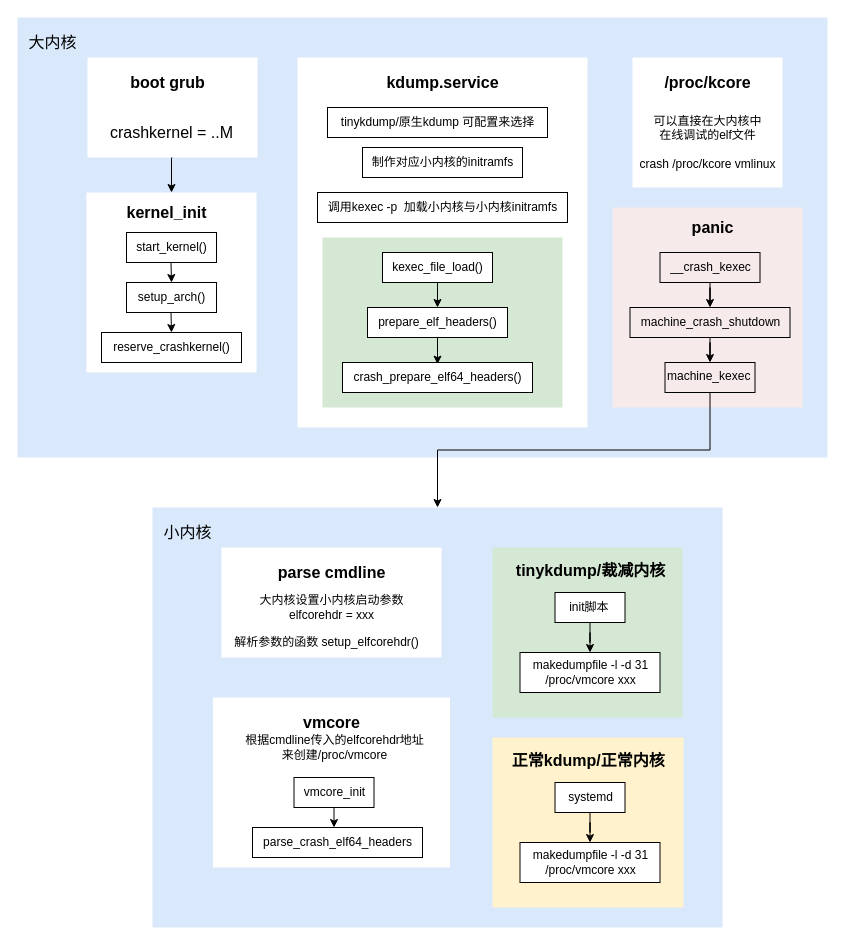
The draw.io diagram kdump.drawio in Sicily9/pictures, before the edit. Source tidied: cells renumbered, new cells numbered last; positions are measured from the earlier drawing's top-left corner, leaving out a move shared by most shapes. Both pictures are drawn from the tidied source at 100%, with x=0, y=0 at pixel (17, 17).
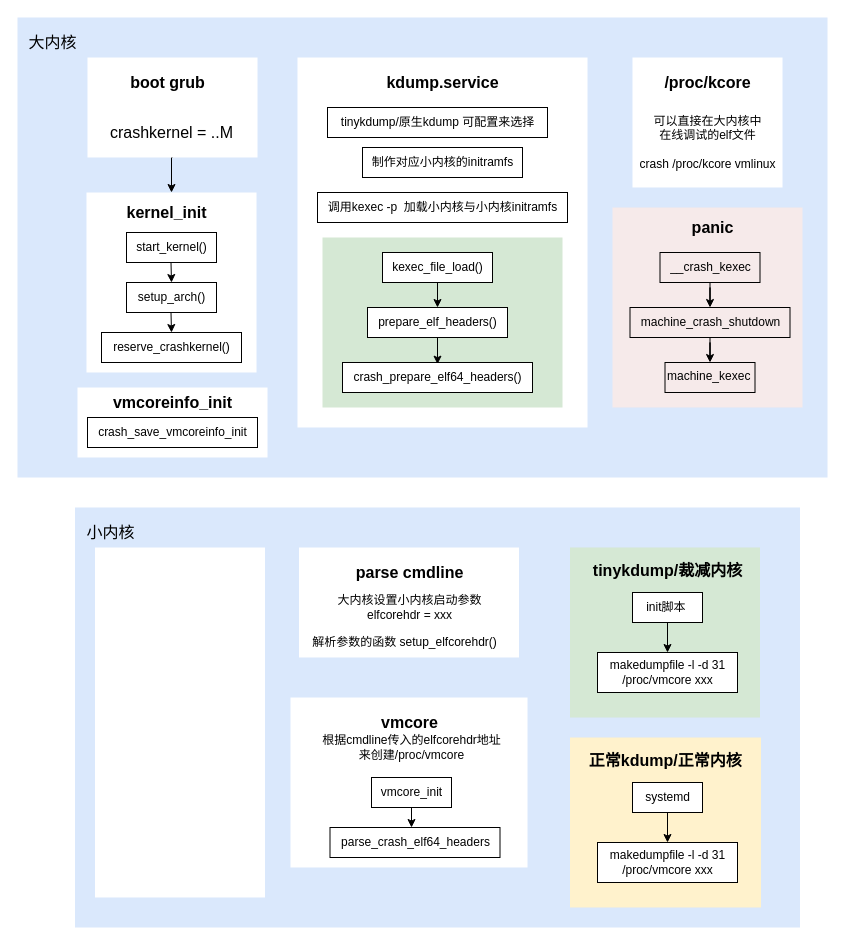
The same diagram, later.

The change refers to these unchanged cells:
```xml
<mxCell id="31" value="machine_kexec" style="text;whiteSpace=wrap;strokeColor=default;" parent="1" vertex="1">
  <mxGeometry x="647.5" y="345" width="90" height="30" as="geometry" />
</mxCell>
```

What changed in the source:
```diff
@@
     <mxCell id="2" style="rounded=0;whiteSpace=wrap;html=1;fillColor=#dae8fc;strokeColor=none;" parent="1" vertex="1">
-      <mxGeometry width="810" height="440" as="geometry" />
+      <mxGeometry width="810" height="460" as="geometry" />
     </mxCell>
@@
-    <mxCell id="30" style="edgeStyle=orthogonalEdgeStyle;rounded=0;jettySize=auto;html=1;exitX=0.5;exitY=1;exitDx=0;exitDy=0;entryX=0.5;entryY=0;entryDx=0;entryDy=0;" parent="1" edge="1" source="31" target="36">
-      <mxGeometry relative="1" as="geometry" />
-    </mxCell>
@@
     <mxCell id="36" style="rounded=0;whiteSpace=wrap;html=1;fillColor=#dae8fc;strokeColor=none;" parent="1" vertex="1">
-      <mxGeometry x="135" y="490" width="570" height="420" as="geometry" />
+      <mxGeometry x="57.5" y="490" width="725" height="420" as="geometry" />
     </mxCell>
     <mxCell id="37" style="rounded=0;whiteSpace=wrap;html=1;strokeColor=none;" parent="1" vertex="1">
-      <mxGeometry x="204" y="530" width="220" height="110" as="geometry" />
+      <mxGeometry x="281.5" y="530" width="220" height="110" as="geometry" />
     </mxCell>
     <mxCell id="38" value="parse cmdline" style="text;html=1;align=center;verticalAlign=middle;strokeColor=none;fillColor=none;fontFamily=Helvetica;fontSize=16;fontStyle=1;" parent="1" vertex="1">
-      <mxGeometry x="249" y="540" width="130" height="30" as="geometry" />
+      <mxGeometry x="326.5" y="540" width="130" height="30" as="geometry" />
     </mxCell>
     <mxCell id="39" value="大内核设置小内核启动参数&lt;br&gt;elfcorehdr = xxx" style="text;html=1;align=center;verticalAlign=middle;strokeColor=none;fillColor=none;fontSize=12;" parent="1" vertex="1">
-      <mxGeometry x="229" y="570" width="170" height="40" as="geometry" />
+      <mxGeometry x="306.5" y="570" width="170" height="40" as="geometry" />
     </mxCell>
     <mxCell id="40" value="小内核" style="text;html=1;align=center;verticalAlign=middle;strokeColor=none;fillColor=none;fontSize=16;" parent="1" vertex="1">
-      <mxGeometry x="135" y="500" width="70" height="30" as="geometry" />
+      <mxGeometry x="57.5" y="500" width="70" height="30" as="geometry" />
     </mxCell>
     <mxCell id="41" value="解析参数的函数 setup_elfcorehdr()" style="text;html=1;align=center;verticalAlign=middle;strokeColor=none;fillColor=none;" parent="1" vertex="1">
-      <mxGeometry x="204" y="610" width="210" height="30" as="geometry" />
+      <mxGeometry x="281.5" y="610" width="210" height="30" as="geometry" />
     </mxCell>
     <mxCell id="42" style="rounded=0;whiteSpace=wrap;html=1;strokeColor=none;" parent="1" vertex="1">
-      <mxGeometry x="195.5" y="680" width="237" height="170" as="geometry" />
+      <mxGeometry x="273" y="680" width="237" height="170" as="geometry" />
     </mxCell>
     <mxCell id="43" value="vmcore" style="text;html=1;align=center;verticalAlign=middle;strokeColor=none;fillColor=none;fontSize=16;fontStyle=1;" parent="1" vertex="1">
-      <mxGeometry x="274" y="690" width="80" height="30" as="geometry" />
+      <mxGeometry x="351.5" y="690" width="80" height="30" as="geometry" />
     </mxCell>
@@
     <mxCell id="45" value="vmcore_init" style="text;html=1;align=center;verticalAlign=middle;points=[];strokeColor=default;fillColor=none;" parent="1" vertex="1">
-      <mxGeometry x="276.5" y="760" width="80" height="30" as="geometry" />
+      <mxGeometry x="354" y="760" width="80" height="30" as="geometry" />
     </mxCell>
     <mxCell id="46" value="根据cmdline传入的elfcorehdr地址&lt;br&gt;来创建/proc/vmcore" style="text;html=1;align=center;verticalAlign=middle;strokeColor=none;fillColor=none;" parent="1" vertex="1">
-      <mxGeometry x="216.5" y="710" width="200" height="40" as="geometry" />
+      <mxGeometry x="294" y="710" width="200" height="40" as="geometry" />
     </mxCell>
     <mxCell id="47" value="parse_crash_elf64_headers" style="text;html=1;align=center;verticalAlign=middle;points=[];strokeColor=default;fillColor=none;" parent="1" vertex="1">
-      <mxGeometry x="235" y="810" width="170" height="30" as="geometry" />
+      <mxGeometry x="312.5" y="810" width="170" height="30" as="geometry" />
     </mxCell>
     <mxCell id="48" style="whiteSpace=wrap;html=1;strokeColor=none;fillColor=#d5e8d4;" parent="1" vertex="1">
-      <mxGeometry x="475" y="530" width="190" height="170" as="geometry" />
+      <mxGeometry x="552.5" y="530" width="190" height="170" as="geometry" />
     </mxCell>
     <mxCell id="49" value="tinykdump/裁减内核" style="text;html=1;align=center;verticalAlign=middle;strokeColor=none;fillColor=none;fontSize=16;fontStyle=1;" parent="1" vertex="1">
-      <mxGeometry x="487.5" y="538" width="170" height="30" as="geometry" />
+      <mxGeometry x="565" y="538" width="170" height="30" as="geometry" />
     </mxCell>
@@
     <mxCell id="51" value="init脚本&amp;nbsp;" style="text;html=1;align=center;verticalAlign=middle;points=[];fillColor=default;strokeColor=default;" parent="1" vertex="1">
-      <mxGeometry x="537.5" y="575" width="70" height="30" as="geometry" />
+      <mxGeometry x="615" y="575" width="70" height="30" as="geometry" />
     </mxCell>
     <mxCell id="52" value="makedumpfile -l -d 31 &lt;br&gt;/proc/vmcore xxx" style="text;html=1;align=center;verticalAlign=middle;points=[];fillColor=default;strokeColor=default;" parent="1" vertex="1">
-      <mxGeometry x="502.5" y="635" width="140" height="40" as="geometry" />
+      <mxGeometry x="580" y="635" width="140" height="40" as="geometry" />
     </mxCell>
     <mxCell id="53" style="whiteSpace=wrap;html=1;strokeColor=none;fillColor=#fff2cc;" parent="1" vertex="1">
-      <mxGeometry x="475" y="720" width="191" height="170" as="geometry" />
+      <mxGeometry x="552.5" y="720" width="191" height="170" as="geometry" />
     </mxCell>
     <mxCell id="54" value="正常kdump/正常内核&amp;nbsp;" style="text;html=1;align=center;verticalAlign=middle;strokeColor=none;fillColor=none;fontSize=16;fontStyle=1;" parent="1" vertex="1">
-      <mxGeometry x="482.5" y="728" width="180" height="30" as="geometry" />
+      <mxGeometry x="560" y="728" width="180" height="30" as="geometry" />
     </mxCell>
@@
     <mxCell id="56" value="systemd" style="text;html=1;align=center;verticalAlign=middle;points=[];fillColor=default;strokeColor=default;" parent="1" vertex="1">
-      <mxGeometry x="537.5" y="765" width="70" height="30" as="geometry" />
+      <mxGeometry x="615" y="765" width="70" height="30" as="geometry" />
     </mxCell>
     <mxCell id="57" value="makedumpfile -l -d 31 &lt;br&gt;/proc/vmcore xxx" style="text;html=1;align=center;verticalAlign=middle;points=[];fillColor=default;strokeColor=default;" parent="1" vertex="1">
-      <mxGeometry x="502.5" y="825" width="140" height="40" as="geometry" />
+      <mxGeometry x="580" y="825" width="140" height="40" as="geometry" />
     </mxCell>
@@
+    <mxCell id="59" style="whiteSpace=wrap;html=1;strokeColor=none;" parent="1" vertex="1">
+      <mxGeometry x="60" y="370" width="190" height="70" as="geometry" />
+    </mxCell>
+    <mxCell id="60" value="crash_save_vmcoreinfo_init" style="text;html=1;align=center;verticalAlign=middle;strokeColor=default;fillColor=none;" parent="1" vertex="1">
+      <mxGeometry x="70" y="400" width="170" height="30" as="geometry" />
+    </mxCell>
+    <mxCell id="61" value="vmcoreinfo_init" style="text;html=1;align=center;verticalAlign=middle;strokeColor=none;fillColor=none;fontStyle=1;fontSize=16;" parent="1" vertex="1">
+      <mxGeometry x="85" y="370" width="140" height="30" as="geometry" />
+    </mxCell>
+    <mxCell id="62" style="whiteSpace=wrap;html=1;strokeColor=none;" parent="1" vertex="1">
+      <mxGeometry x="77.5" y="530" width="170" height="350" as="geometry" />
+    </mxCell>
```
